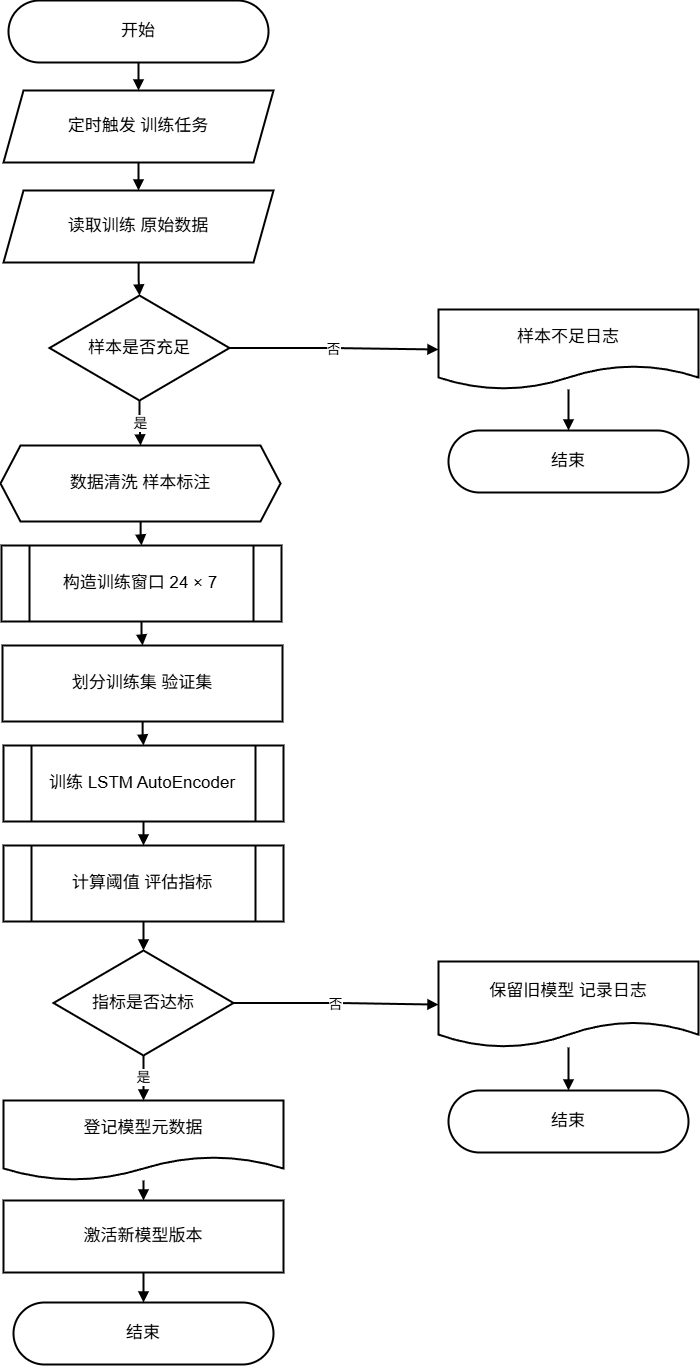
Above: pictures_drawio/持续训练流程图.drawio.png in solisW/my_thesis_system (draw.io), before the change. Source tidied: cells renumbered, new cells last; positions are measured from the earlier drawing's top-left corner, leaving out a move shared by most shapes.
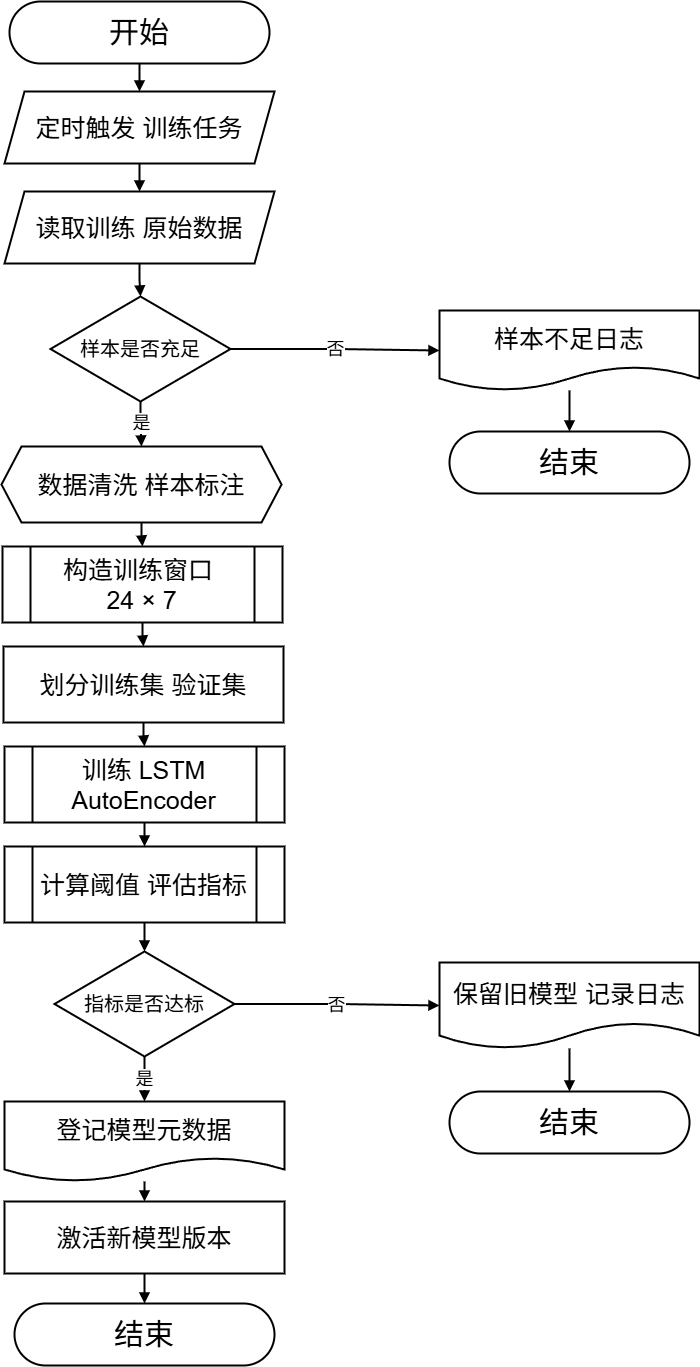
Above is the later version.

The edit, as a diff of the source:
```diff
@@ -2,55 +2,55 @@
   <root>
     <mxCell id="0" />
     <mxCell id="1" parent="0" />
-    <mxCell id="2" value="开始" style="rounded=1;arcSize=50;whiteSpace=wrap;html=1;fillColor=#ffffff;strokeColor=#000000;strokeWidth=2;fontSize=17;" parent="1" vertex="1">
+    <mxCell id="2" value="&lt;font style=&quot;font-size: 30px;&quot;&gt;开始&lt;/font&gt;" style="rounded=1;arcSize=50;whiteSpace=wrap;html=1;fillColor=#ffffff;strokeColor=#000000;strokeWidth=2;fontSize=17;" parent="1" vertex="1">
       <mxGeometry x="8" width="260" height="62" as="geometry" />
     </mxCell>
-    <mxCell id="3" value="定时触发 训练任务" style="shape=parallelogram;perimeter=parallelogramPerimeter;whiteSpace=wrap;html=1;fixedSize=1;fillColor=#ffffff;strokeColor=#000000;strokeWidth=2;fontSize=17;" parent="1" vertex="1">
+    <mxCell id="3" value="&lt;font style=&quot;font-size: 25px;&quot;&gt;定时触发 训练任务&lt;/font&gt;" style="shape=parallelogram;perimeter=parallelogramPerimeter;whiteSpace=wrap;html=1;fixedSize=1;fillColor=#ffffff;strokeColor=#000000;strokeWidth=2;fontSize=17;" parent="1" vertex="1">
       <mxGeometry x="3" y="90" width="270" height="72" as="geometry" />
     </mxCell>
-    <mxCell id="4" value="读取训练 原始数据" style="shape=parallelogram;perimeter=parallelogramPerimeter;whiteSpace=wrap;html=1;fixedSize=1;fillColor=#ffffff;strokeColor=#000000;strokeWidth=2;fontSize=17;" parent="1" vertex="1">
+    <mxCell id="4" value="&lt;font style=&quot;font-size: 25px;&quot;&gt;读取训练 原始数据&lt;/font&gt;" style="shape=parallelogram;perimeter=parallelogramPerimeter;whiteSpace=wrap;html=1;fixedSize=1;fillColor=#ffffff;strokeColor=#000000;strokeWidth=2;fontSize=17;" parent="1" vertex="1">
       <mxGeometry x="3" y="190" width="270" height="72" as="geometry" />
     </mxCell>
-    <mxCell id="5" value="样本是否充足" style="rhombus;whiteSpace=wrap;html=1;fillColor=#ffffff;strokeColor=#000000;strokeWidth=2;fontSize=17;" parent="1" vertex="1">
+    <mxCell id="5" value="&lt;font style=&quot;font-size: 20px;&quot;&gt;样本是否充足&lt;/font&gt;" style="rhombus;whiteSpace=wrap;html=1;fillColor=#ffffff;strokeColor=#000000;strokeWidth=2;fontSize=17;" parent="1" vertex="1">
       <mxGeometry x="49" y="295" width="180" height="105" as="geometry" />
     </mxCell>
-    <mxCell id="6" value="样本不足日志" style="shape=document;whiteSpace=wrap;html=1;boundedLbl=1;fillColor=#ffffff;strokeColor=#000000;strokeWidth=2;fontSize=17;" parent="1" vertex="1">
+    <mxCell id="6" value="&lt;font style=&quot;font-size: 25px;&quot;&gt;样本不足日志&lt;/font&gt;" style="shape=document;whiteSpace=wrap;html=1;boundedLbl=1;fillColor=#ffffff;strokeColor=#000000;strokeWidth=2;fontSize=17;" parent="1" vertex="1">
       <mxGeometry x="438" y="309" width="260" height="80" as="geometry" />
     </mxCell>
-    <mxCell id="7" value="结束" style="rounded=1;arcSize=50;whiteSpace=wrap;html=1;fillColor=#ffffff;strokeColor=#000000;strokeWidth=2;fontSize=17;" parent="1" vertex="1">
+    <mxCell id="7" value="&lt;font style=&quot;font-size: 30px;&quot;&gt;结束&lt;/font&gt;" style="rounded=1;arcSize=50;whiteSpace=wrap;html=1;fillColor=#ffffff;strokeColor=#000000;strokeWidth=2;fontSize=17;" parent="1" vertex="1">
       <mxGeometry x="448" y="430" width="240" height="62" as="geometry" />
     </mxCell>
-    <mxCell id="8" value="数据清洗 样本标注" style="shape=hexagon;perimeter=hexagonPerimeter2;whiteSpace=wrap;html=1;fixedSize=1;fillColor=#ffffff;strokeColor=#000000;strokeWidth=2;fontSize=17;" parent="1" vertex="1">
+    <mxCell id="8" value="&lt;font style=&quot;font-size: 25px;&quot;&gt;数据清洗 样本标注&lt;/font&gt;" style="shape=hexagon;perimeter=hexagonPerimeter2;whiteSpace=wrap;html=1;fixedSize=1;fillColor=#ffffff;strokeColor=#000000;strokeWidth=2;fontSize=17;" parent="1" vertex="1">
       <mxGeometry y="445" width="280" height="76" as="geometry" />
     </mxCell>
-    <mxCell id="9" value="构造训练窗口 24 × 7" style="shape=process;whiteSpace=wrap;html=1;backgroundOutline=1;fillColor=#ffffff;strokeColor=#000000;strokeWidth=2;fontSize=17;" parent="1" vertex="1">
+    <mxCell id="9" value="&lt;font style=&quot;font-size: 25px;&quot;&gt;构造训练窗口&amp;nbsp;&lt;/font&gt;&lt;div&gt;&lt;font style=&quot;font-size: 25px;&quot;&gt;24 × 7&lt;/font&gt;&lt;/div&gt;" style="shape=process;whiteSpace=wrap;html=1;backgroundOutline=1;fillColor=#ffffff;strokeColor=#000000;strokeWidth=2;fontSize=17;" parent="1" vertex="1">
       <mxGeometry x="1" y="545" width="280" height="76" as="geometry" />
     </mxCell>
-    <mxCell id="10" value="划分训练集 验证集" style="rounded=0;whiteSpace=wrap;html=1;fillColor=#ffffff;strokeColor=#000000;strokeWidth=2;fontSize=17;" parent="1" vertex="1">
+    <mxCell id="10" value="&lt;font style=&quot;font-size: 25px;&quot;&gt;划分训练集 验证集&lt;/font&gt;" style="rounded=0;whiteSpace=wrap;html=1;fillColor=#ffffff;strokeColor=#000000;strokeWidth=2;fontSize=17;" parent="1" vertex="1">
       <mxGeometry x="2" y="645" width="280" height="76" as="geometry" />
     </mxCell>
-    <mxCell id="11" value="训练 LSTM AutoEncoder" style="shape=process;whiteSpace=wrap;html=1;backgroundOutline=1;fillColor=#ffffff;strokeColor=#000000;strokeWidth=2;fontSize=17;" parent="1" vertex="1">
+    <mxCell id="11" value="&lt;font style=&quot;font-size: 25px;&quot;&gt;训练 LSTM AutoEncoder&lt;/font&gt;" style="shape=process;whiteSpace=wrap;html=1;backgroundOutline=1;fillColor=#ffffff;strokeColor=#000000;strokeWidth=2;fontSize=17;" parent="1" vertex="1">
       <mxGeometry x="3" y="745" width="280" height="76" as="geometry" />
     </mxCell>
-    <mxCell id="12" value="计算阈值 评估指标" style="shape=process;whiteSpace=wrap;html=1;backgroundOutline=1;fillColor=#ffffff;strokeColor=#000000;strokeWidth=2;fontSize=17;" parent="1" vertex="1">
+    <mxCell id="12" value="&lt;font style=&quot;font-size: 25px;&quot;&gt;计算阈值 评估指标&lt;/font&gt;" style="shape=process;whiteSpace=wrap;html=1;backgroundOutline=1;fillColor=#ffffff;strokeColor=#000000;strokeWidth=2;fontSize=17;" parent="1" vertex="1">
       <mxGeometry x="3" y="845" width="280" height="76" as="geometry" />
     </mxCell>
-    <mxCell id="13" value="指标是否达标" style="rhombus;whiteSpace=wrap;html=1;fillColor=#ffffff;strokeColor=#000000;strokeWidth=2;fontSize=17;" parent="1" vertex="1">
+    <mxCell id="13" value="&lt;font style=&quot;font-size: 20px;&quot;&gt;指标是否达标&lt;/font&gt;" style="rhombus;whiteSpace=wrap;html=1;fillColor=#ffffff;strokeColor=#000000;strokeWidth=2;fontSize=17;" parent="1" vertex="1">
       <mxGeometry x="53" y="950" width="180" height="105" as="geometry" />
     </mxCell>
-    <mxCell id="14" value="保留旧模型 记录日志" style="shape=document;whiteSpace=wrap;html=1;boundedLbl=1;fillColor=#ffffff;strokeColor=#000000;strokeWidth=2;fontSize=17;" parent="1" vertex="1">
+    <mxCell id="14" value="&lt;font style=&quot;font-size: 25px;&quot;&gt;保留旧模型 记录日志&lt;/font&gt;" style="shape=document;whiteSpace=wrap;html=1;boundedLbl=1;fillColor=#ffffff;strokeColor=#000000;strokeWidth=2;fontSize=17;" parent="1" vertex="1">
       <mxGeometry x="438" y="961" width="260" height="86" as="geometry" />
     </mxCell>
-    <mxCell id="15" value="结束" style="rounded=1;arcSize=50;whiteSpace=wrap;html=1;fillColor=#ffffff;strokeColor=#000000;strokeWidth=2;fontSize=17;" parent="1" vertex="1">
+    <mxCell id="15" value="&lt;font style=&quot;font-size: 30px;&quot;&gt;结束&lt;/font&gt;" style="rounded=1;arcSize=50;whiteSpace=wrap;html=1;fillColor=#ffffff;strokeColor=#000000;strokeWidth=2;fontSize=17;" parent="1" vertex="1">
       <mxGeometry x="448" y="1090" width="240" height="62" as="geometry" />
     </mxCell>
-    <mxCell id="16" value="登记模型元数据" style="shape=document;whiteSpace=wrap;html=1;boundedLbl=1;fillColor=#ffffff;strokeColor=#000000;strokeWidth=2;fontSize=17;" parent="1" vertex="1">
+    <mxCell id="16" value="&lt;font style=&quot;font-size: 25px;&quot;&gt;登记模型元数据&lt;/font&gt;" style="shape=document;whiteSpace=wrap;html=1;boundedLbl=1;fillColor=#ffffff;strokeColor=#000000;strokeWidth=2;fontSize=17;" parent="1" vertex="1">
       <mxGeometry x="3" y="1100" width="280" height="80" as="geometry" />
     </mxCell>
-    <mxCell id="17" value="激活新模型版本" style="rounded=0;whiteSpace=wrap;html=1;fillColor=#ffffff;strokeColor=#000000;strokeWidth=2;fontSize=17;" parent="1" vertex="1">
+    <mxCell id="17" value="&lt;font style=&quot;font-size: 25px;&quot;&gt;激活新模型版本&lt;/font&gt;" style="rounded=0;whiteSpace=wrap;html=1;fillColor=#ffffff;strokeColor=#000000;strokeWidth=2;fontSize=17;" parent="1" vertex="1">
       <mxGeometry x="3" y="1200" width="280" height="72" as="geometry" />
     </mxCell>
-    <mxCell id="18" value="结束" style="rounded=1;arcSize=50;whiteSpace=wrap;html=1;fillColor=#ffffff;strokeColor=#000000;strokeWidth=2;fontSize=17;" parent="1" vertex="1">
+    <mxCell id="18" value="&lt;font style=&quot;font-size: 30px;&quot;&gt;结束&lt;/font&gt;" style="rounded=1;arcSize=50;whiteSpace=wrap;html=1;fillColor=#ffffff;strokeColor=#000000;strokeWidth=2;fontSize=17;" parent="1" vertex="1">
       <mxGeometry x="13" y="1302" width="260" height="62" as="geometry" />
     </mxCell>
     <mxCell id="19" style="endArrow=block;html=1;rounded=0;edgeStyle=orthogonalEdgeStyle;strokeWidth=2;fontSize=14;" parent="1" edge="1" source="2" target="3">
@@ -62,13 +62,13 @@
     <mxCell id="21" style="endArrow=block;html=1;rounded=0;edgeStyle=orthogonalEdgeStyle;strokeWidth=2;fontSize=14;" parent="1" edge="1" source="4" target="5">
       <mxGeometry relative="1" as="geometry" />
     </mxCell>
-    <mxCell id="22" value="否" style="endArrow=block;html=1;rounded=0;edgeStyle=orthogonalEdgeStyle;strokeWidth=2;fontSize=14;" parent="1" edge="1" source="5" target="6">
+    <mxCell id="22" value="&lt;font style=&quot;font-size: 18px;&quot;&gt;否&lt;/font&gt;" style="endArrow=block;html=1;rounded=0;edgeStyle=orthogonalEdgeStyle;strokeWidth=2;fontSize=14;" parent="1" edge="1" source="5" target="6">
       <mxGeometry relative="1" as="geometry" />
     </mxCell>
     <mxCell id="23" style="endArrow=block;html=1;rounded=0;edgeStyle=orthogonalEdgeStyle;strokeWidth=2;fontSize=14;" parent="1" edge="1" source="6" target="7">
       <mxGeometry relative="1" as="geometry" />
     </mxCell>
-    <mxCell id="24" value="是" style="endArrow=block;html=1;rounded=0;edgeStyle=orthogonalEdgeStyle;strokeWidth=2;fontSize=14;" parent="1" edge="1" source="5" target="8">
+    <mxCell id="24" value="&lt;font style=&quot;font-size: 18px;&quot;&gt;是&lt;/font&gt;" style="endArrow=block;html=1;rounded=0;edgeStyle=orthogonalEdgeStyle;strokeWidth=2;fontSize=14;" parent="1" edge="1" source="5" target="8">
       <mxGeometry relative="1" as="geometry" />
     </mxCell>
     <mxCell id="25" style="endArrow=block;html=1;rounded=0;edgeStyle=orthogonalEdgeStyle;strokeWidth=2;fontSize=14;" parent="1" edge="1" source="8" target="9">
@@ -86,13 +86,13 @@
     <mxCell id="29" style="endArrow=block;html=1;rounded=0;edgeStyle=orthogonalEdgeStyle;strokeWidth=2;fontSize=14;" parent="1" edge="1" source="12" target="13">
       <mxGeometry relative="1" as="geometry" />
     </mxCell>
-    <mxCell id="30" value="否" style="endArrow=block;html=1;rounded=0;edgeStyle=orthogonalEdgeStyle;strokeWidth=2;fontSize=14;" parent="1" edge="1" source="13" target="14">
+    <mxCell id="30" value="&lt;font style=&quot;font-size: 18px;&quot;&gt;否&lt;/font&gt;" style="endArrow=block;html=1;rounded=0;edgeStyle=orthogonalEdgeStyle;strokeWidth=2;fontSize=14;" parent="1" edge="1" source="13" target="14">
       <mxGeometry relative="1" as="geometry" />
     </mxCell>
     <mxCell id="31" style="endArrow=block;html=1;rounded=0;edgeStyle=orthogonalEdgeStyle;strokeWidth=2;fontSize=14;" parent="1" edge="1" source="14" target="15">
       <mxGeometry relative="1" as="geometry" />
     </mxCell>
-    <mxCell id="32" value="是" style="endArrow=block;html=1;rounded=0;edgeStyle=orthogonalEdgeStyle;strokeWidth=2;fontSize=14;" parent="1" edge="1" source="13" target="16">
+    <mxCell id="32" value="&lt;font style=&quot;font-size: 18px;&quot;&gt;是&lt;/font&gt;" style="endArrow=block;html=1;rounded=0;edgeStyle=orthogonalEdgeStyle;strokeWidth=2;fontSize=14;" parent="1" edge="1" source="13" target="16">
       <mxGeometry relative="1" as="geometry" />
     </mxCell>
     <mxCell id="33" style="endArrow=block;html=1;rounded=0;edgeStyle=orthogonalEdgeStyle;strokeWidth=2;fontSize=14;" parent="1" edge="1" source="16" target="17">
```
